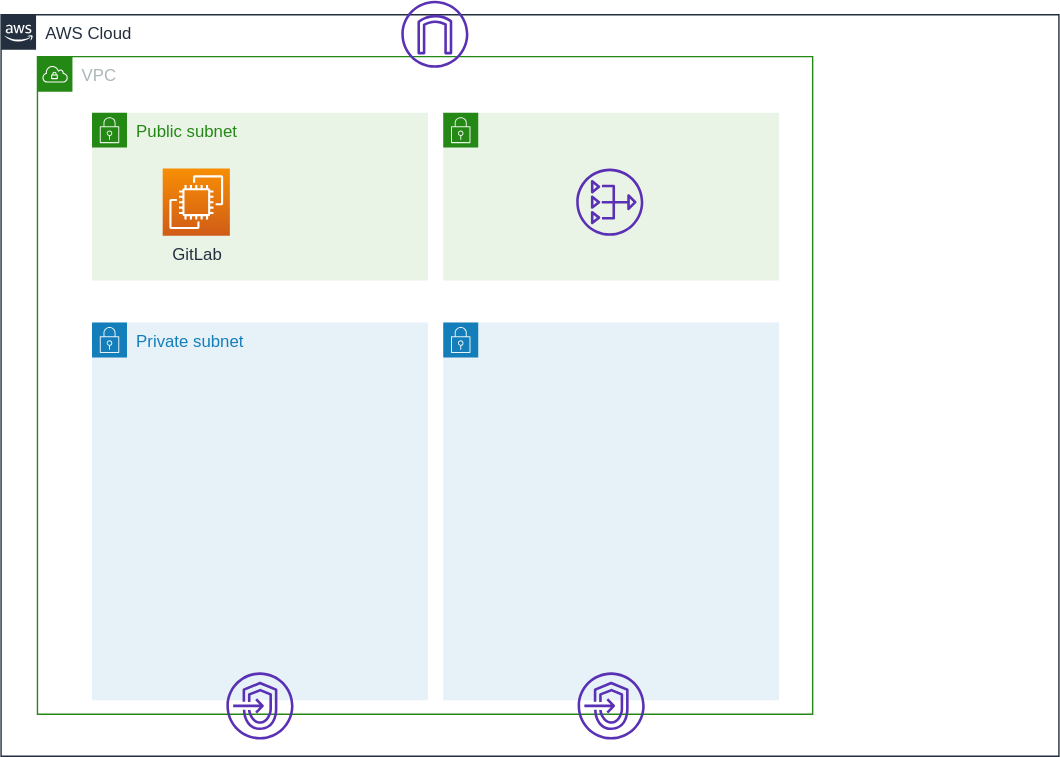
The draw.io diagram documents/images/use-gitlab.svg in moriryota62/ecs-cicd, before a commit. Source tidied: cells renumbered, new cells last; positions are measured from the earlier drawing's top-left corner, leaving out a move shared by most shapes.
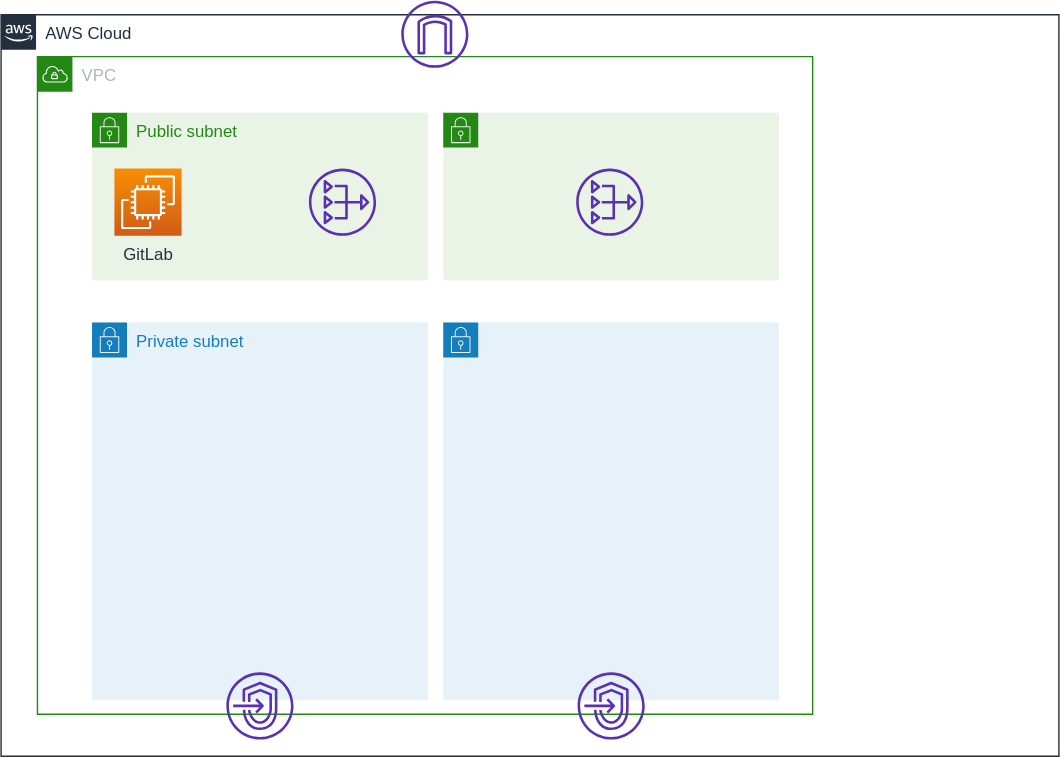
After the change.

Change to the diagram source:
```diff
@@ -15,7 +15,7 @@
       <mxGeometry x="316" y="80" width="240" height="120" as="geometry" />
     </mxCell>
     <mxCell id="6" value="GitLab" style="fontColor=#232F3E;gradientColor=#F78E04;gradientDirection=north;fillColor=#D05C17;strokeColor=#ffffff;dashed=0;verticalLabelPosition=bottom;verticalAlign=top;align=center;html=1;fontSize=12;fontStyle=0;shape=mxgraph.aws4.resourceIcon;resIcon=mxgraph.aws4.ec2;" parent="1" vertex="1">
-      <mxGeometry x="115.5" y="120" width="48" height="48" as="geometry" />
+      <mxGeometry x="81" y="120" width="48" height="48" as="geometry" />
     </mxCell>
     <mxCell id="7" style="fontColor=#232F3E;gradientColor=none;fillColor=#5A30B5;strokeColor=none;dashed=0;verticalLabelPosition=bottom;verticalAlign=top;align=center;html=1;fontSize=12;fontStyle=0;shape=mxgraph.aws4.internet_gateway;" parent="1" vertex="1">
       <mxGeometry x="286" width="48" height="48" as="geometry" />
@@ -35,5 +35,8 @@
     <mxCell id="12" style="fontColor=#232F3E;gradientColor=none;fillColor=#5A30B5;strokeColor=none;dashed=0;verticalLabelPosition=bottom;verticalAlign=top;align=center;html=1;fontSize=12;fontStyle=0;shape=mxgraph.aws4.endpoints;" parent="1" vertex="1">
       <mxGeometry x="412" y="480" width="48" height="48" as="geometry" />
     </mxCell>
+    <mxCell id="13" style="fontColor=#232F3E;gradientColor=none;fillColor=#5A30B5;strokeColor=none;dashed=0;verticalLabelPosition=bottom;verticalAlign=top;align=center;html=1;fontSize=12;fontStyle=0;shape=mxgraph.aws4.nat_gateway;" parent="1" vertex="1">
+      <mxGeometry x="220" y="120" width="48" height="48" as="geometry" />
+    </mxCell>
   </root>
 </mxGraphModel>
```
